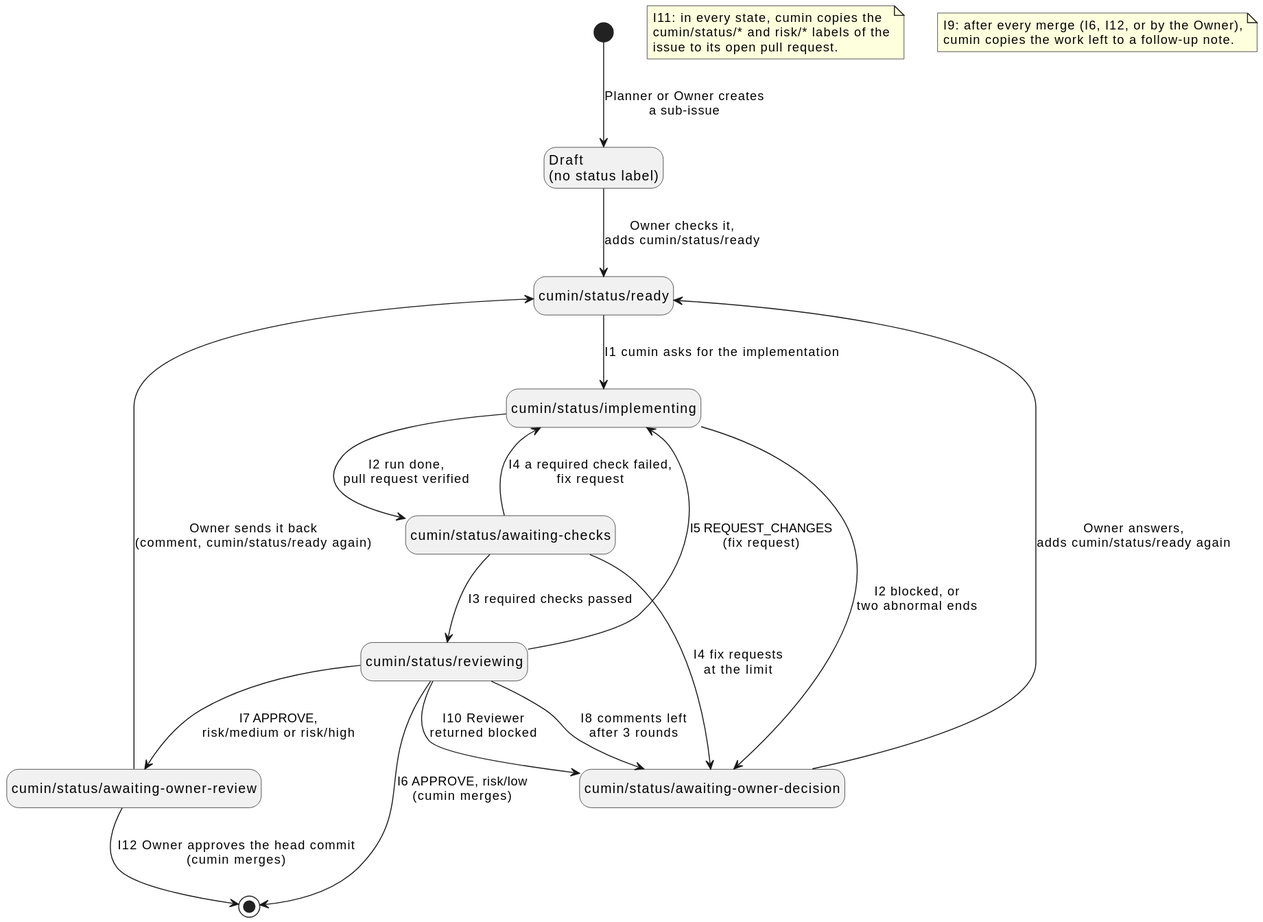
Above: docs/ja/requirements/workflow/implementation-issue-states.svg in cloveclovedev/cumin-works (PlantUML), before the change.
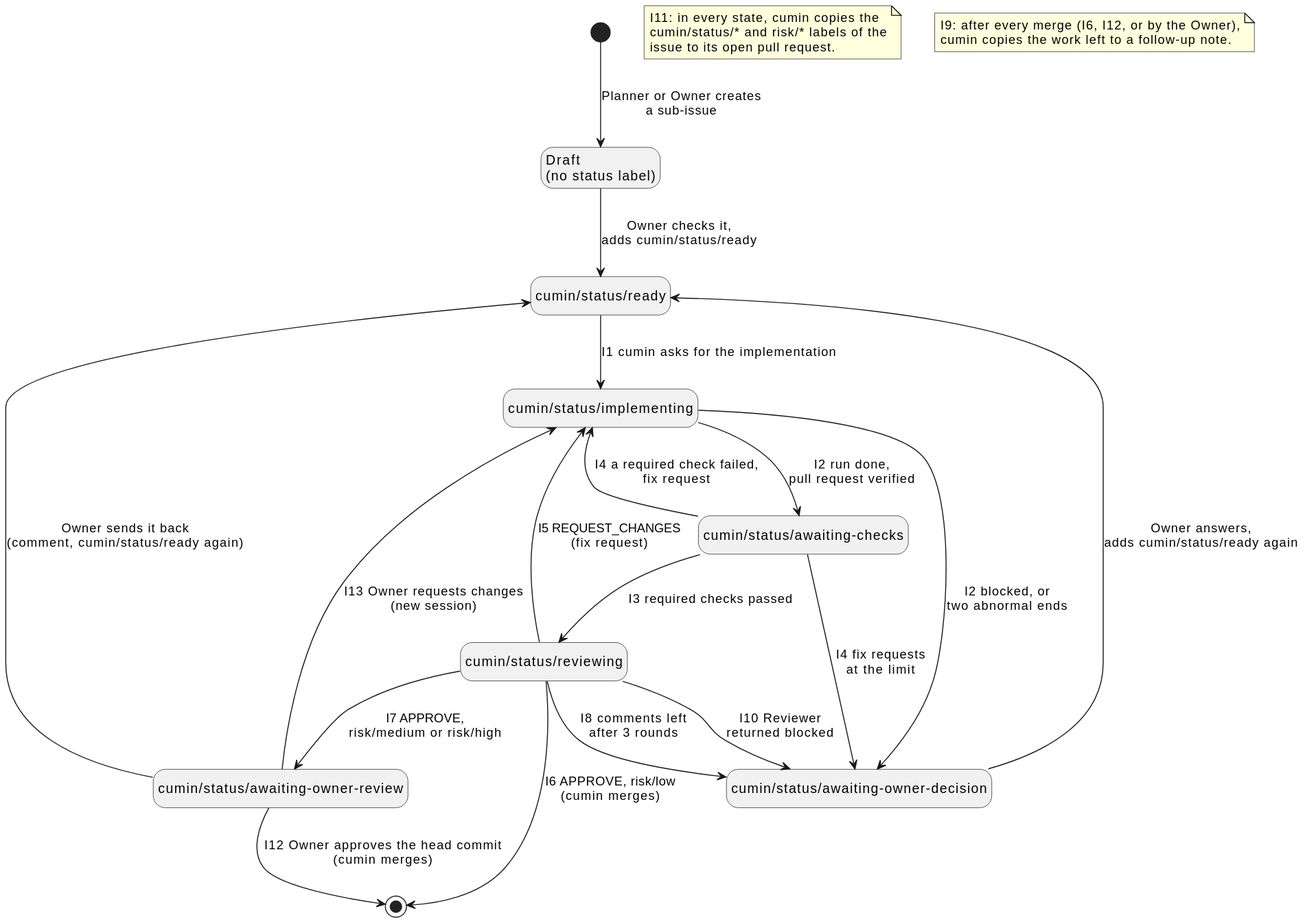
Later version of the same file.

Commit message:
docs(requirements): send a pull request back when the Owner requests changes (I13)

Diff of the diagram source:
```diff
@@ -24,6 +24,7 @@
 Reviewing --> Decision : I8 comments left\nafter 3 rounds
 Reviewing --> Decision : I10 Reviewer\nreturned blocked
 OwnerReview --> [*] : I12 Owner approves the head commit\n(cumin merges)
+OwnerReview --> Implementing : I13 Owner requests changes\n(new session)
 OwnerReview --> Ready : Owner sends it back\n(comment, cumin/status/ready again)
 Decision --> Ready : Owner answers,\nadds cumin/status/ready again
 
```
